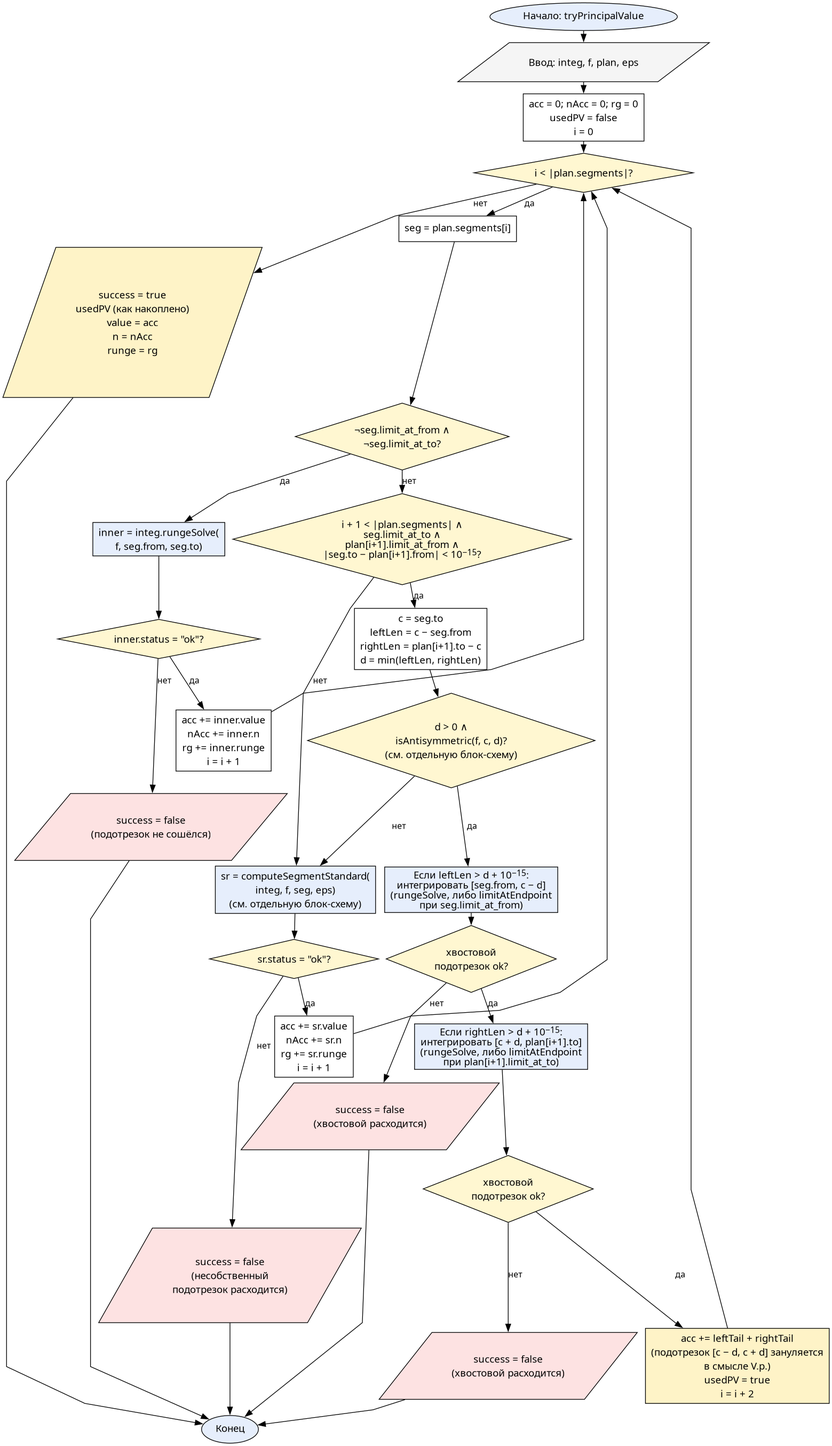
Earlier version of the Graphviz export doc/resources/flowcharts/try_principal_value.png (Oriptal/calc-math-lab2). Its source is kept beside it as doc/resources/flowcharts/try_principal_value.dot.
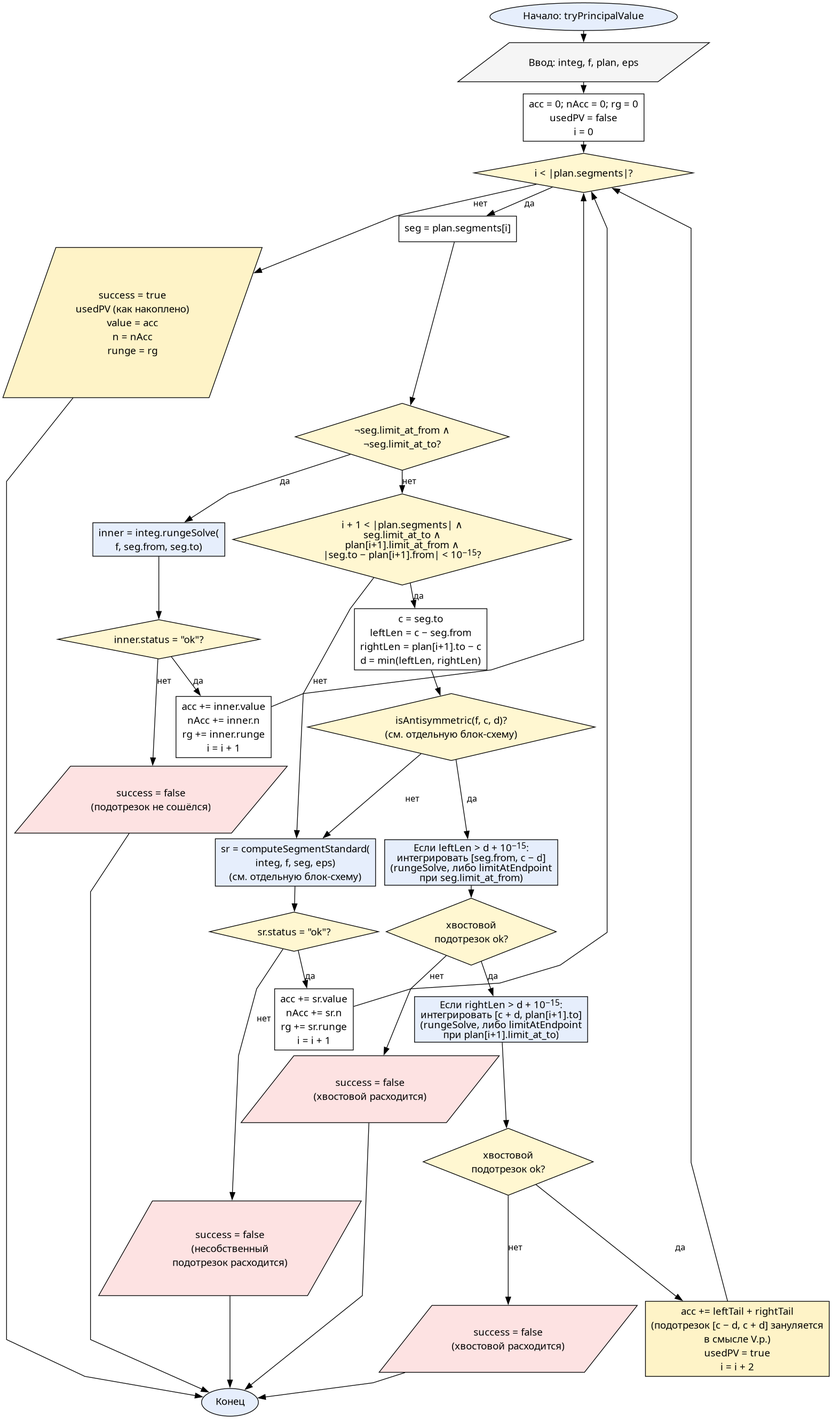
After the change.

Commit message:
docs(flowcharts): drop unreachable d>0 guard from try_principal_value flowchart

Diff of the diagram source:
```diff
@@ -20,7 +20,7 @@
 
   chkPair [label=<i + 1 &lt; |plan.segments| ∧<BR/>seg.limit_at_to ∧<BR/>plan[i+1].limit_at_from ∧<BR/>|seg.to − plan[i+1].from| &lt; 10<SUP>−15</SUP>?>, shape=diamond, fillcolor="#fff7d1"]
   computeD [label=<c = seg.to<BR/>leftLen = c − seg.from<BR/>rightLen = plan[i+1].to − c<BR/>d = min(leftLen, rightLen)>, shape=box]
-  chkAnti [label=<d &gt; 0 ∧<BR/>isAntisymmetric(f, c, d)?<BR/>(см. отдельную блок-схему)>, shape=diamond, fillcolor="#fff7d1"]
+  chkAnti [label=<isAntisymmetric(f, c, d)?<BR/>(см. отдельную блок-схему)>, shape=diamond, fillcolor="#fff7d1"]
 
   leftTail [label=<Если leftLen &gt; d + 10<SUP>−15</SUP>:<BR/>интегрировать [seg.from, c − d]<BR/>(rungeSolve, либо limitAtEndpoint<BR/>при seg.limit_at_from)>, shape=box, fillcolor="#e6eefc"]
   chkLeftOk [label=<хвостовой<BR/>подотрезок ok?>, shape=diamond, fillcolor="#fff7d1"]
```
